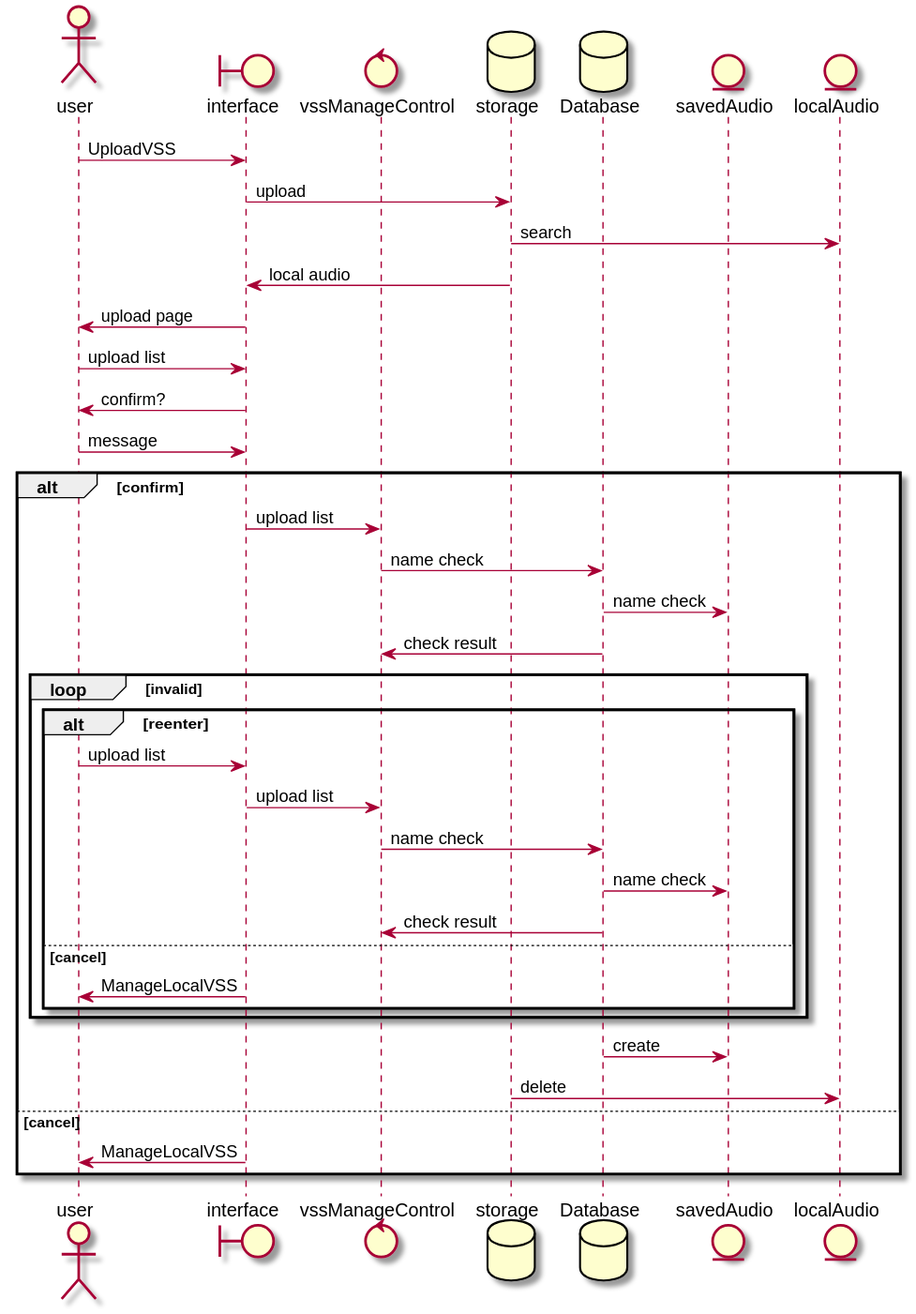
This is 需求定义和分析/SeqDiagram/uploadvss.svg from kpp19920121/doc, a PlantUML export, as it was before one commit.
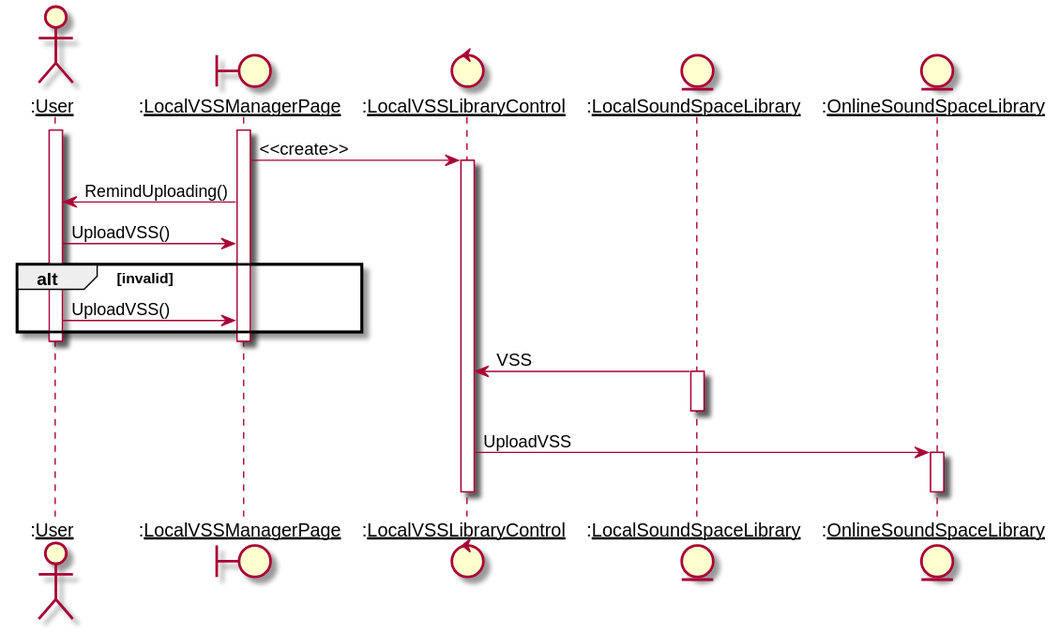
The same file after the commit.

What changed in the source:
```diff
@@ -1,42 +1,26 @@
 @startuml
-actor user
-boundary interface
-control vssManageControl
-database storage
-database Database
-entity savedAudio
-entity localAudio
+actor ":__User__" as User
+boundary ":__LocalVSSManagerPage__" as LocalVSSManagerPage
+control ":__LocalVSSLibraryControl__" as LocalVSSLibraryControl
+entity ":__LocalSoundSpaceLibrary__" as LocalSoundSpaceLibrary
+entity ":__OnlineSoundSpaceLibrary__" as OnlineSoundSpaceLibrary
 
-user -> interface: UploadVSS
-interface -> storage: upload
-storage -> localAudio: search
-storage -> interface: local audio
-interface -> user: upload page
-user -> interface: upload list
-interface -> user: confirm?
-user -> interface: message
-
-alt confirm
-    interface -> vssManageControl: upload list
-    vssManageControl -> Database: name check
-    Database -> savedAudio: name check
-    Database -> vssManageControl: check result
-
-    loop invalid
-        alt reenter
-            user -> interface: upload list
-            interface -> vssManageControl: upload list
-            vssManageControl -> Database: name check
-            Database -> savedAudio: name check
-            Database -> vssManageControl: check result
-        else cancel
-        interface -> user: ManageLocalVSS
-        end
-    end
-
-    Database -> savedAudio: create
-    storage -> localAudio: delete
-else cancel
-    interface -> user: ManageLocalVSS
+activate User
+activate LocalVSSManagerPage
+LocalVSSManagerPage -> LocalVSSLibraryControl: <<create>>
+activate LocalVSSLibraryControl
+LocalVSSManagerPage -> User: RemindUploading()
+User -> LocalVSSManagerPage: UploadVSS()
+alt invalid
+    User -> LocalVSSManagerPage: UploadVSS()
 end
+deactivate User
+deactivate LocalVSSManagerPage
+LocalSoundSpaceLibrary -> LocalVSSLibraryControl : VSS
+activate LocalSoundSpaceLibrary
+deactivate LocalSoundSpaceLibrary
+LocalVSSLibraryControl -> OnlineSoundSpaceLibrary: UploadVSS
+activate OnlineSoundSpaceLibrary
+deactivate OnlineSoundSpaceLibrary
+deactivate LocalVSSLibraryControl
 @enduml
```
